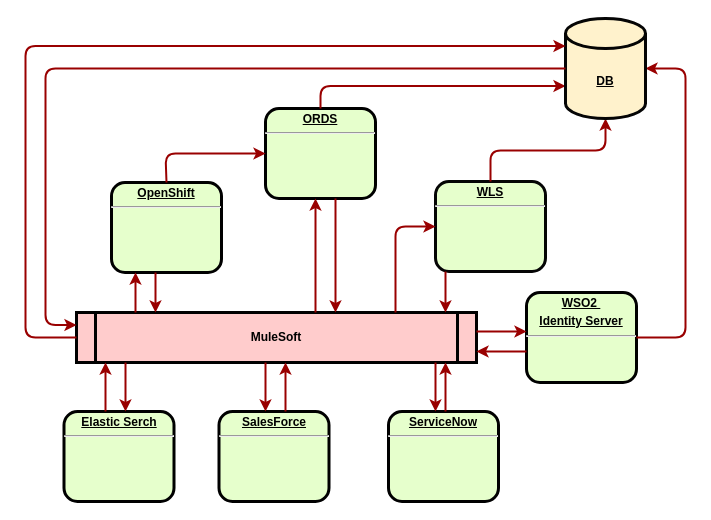
jrmedrano11/Diagrams keeps this draw.io diagram as page "Page-1" (1 of 2) of Flujo.drawio. Above is the earlier version. Source tidied: cells renumbered, new cells numbered last; positions are measured from the earlier drawing's top-left corner, leaving out a move shared by most shapes. Both pictures are drawn from the tidied source at 100%, with x=0, y=0 at pixel (25, 18).
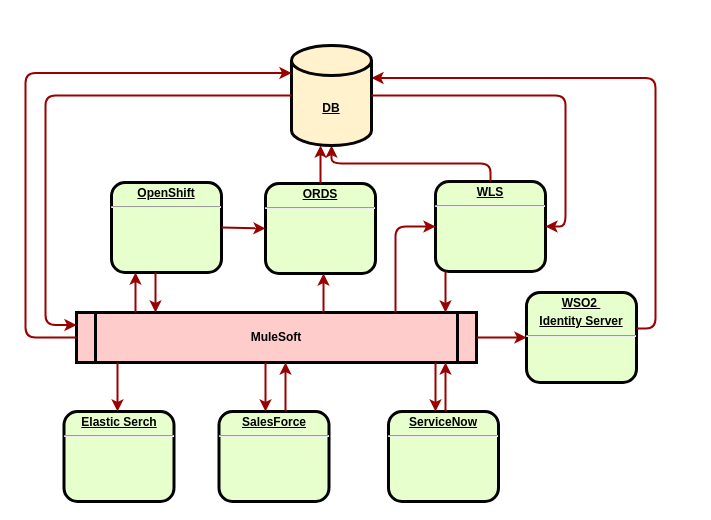
After the change.

The change refers to these unchanged cells:
```xml
<mxCell id="2" value="&lt;p style=&quot;margin: 0px; margin-top: 4px; text-align: center; text-decoration: underline;&quot;&gt;&lt;strong&gt;OpenShift&lt;/strong&gt;&lt;/p&gt;&lt;hr&gt;&lt;p style=&quot;margin: 0px; margin-left: 8px;&quot;&gt;&lt;br&gt;&lt;/p&gt;" style="verticalAlign=middle;align=center;overflow=fill;fontSize=12;fontFamily=Helvetica;html=1;rounded=1;fontStyle=1;strokeWidth=3;fillColor=#E6FFCC;" parent="1" vertex="1">
  <mxGeometry x="86" y="164" width="110" height="90" as="geometry" />
</mxCell>
<mxCell id="3" value="MuleSoft" style="shape=process;whiteSpace=wrap;align=center;verticalAlign=middle;size=0.0475;fontStyle=1;strokeWidth=3;fillColor=#FFCCCC;" parent="1" vertex="1">
  <mxGeometry x="51" y="294" width="400" height="50" as="geometry" />
</mxCell>
<mxCell id="5" value="&lt;p style=&quot;border-color: var(--border-color); margin: 4px 0px 0px; text-decoration-line: underline;&quot;&gt;&lt;strong style=&quot;border-color: var(--border-color);&quot;&gt;WSO2&amp;nbsp;&lt;/strong&gt;&lt;/p&gt;&lt;p style=&quot;border-color: var(--border-color); margin: 4px 0px 0px; text-decoration-line: underline;&quot;&gt;&lt;strong style=&quot;border-color: var(--border-color);&quot;&gt;Identity Server&lt;br style=&quot;border-color: var(--border-color);&quot;&gt;&lt;/strong&gt;&lt;/p&gt;&lt;hr style=&quot;border-color: var(--border-color);&quot;&gt;&lt;p style=&quot;border-color: var(--border-color); margin: 0px 0px 0px 8px;&quot;&gt;&lt;br style=&quot;border-color: var(--border-color);&quot;&gt;&lt;/p&gt;" style="verticalAlign=middle;align=center;overflow=fill;fontSize=12;fontFamily=Helvetica;html=1;rounded=1;fontStyle=1;strokeWidth=3;fillColor=#E6FFCC;" parent="1" vertex="1">
  <mxGeometry x="501" y="274" width="110" height="90" as="geometry" />
</mxCell>
<mxCell id="6" value="&lt;p style=&quot;margin: 0px; margin-top: 4px; text-align: center; text-decoration: underline;&quot;&gt;&lt;strong&gt;WLS&lt;br&gt;&lt;/strong&gt;&lt;/p&gt;&lt;hr&gt;&lt;p style=&quot;margin: 0px; margin-left: 8px;&quot;&gt;&lt;br&gt;&lt;/p&gt;" style="verticalAlign=middle;align=center;overflow=fill;fontSize=12;fontFamily=Helvetica;html=1;rounded=1;fontStyle=1;strokeWidth=3;fillColor=#E6FFCC;strokeColor=#050505;" parent="1" vertex="1">
  <mxGeometry x="410" y="163" width="110" height="90" as="geometry" />
</mxCell>
<mxCell id="8" value="&lt;p style=&quot;margin: 0px; margin-top: 4px; text-align: center; text-decoration: underline;&quot;&gt;&lt;strong&gt;Elastic Serch&lt;br&gt;&lt;/strong&gt;&lt;/p&gt;&lt;hr&gt;&lt;p style=&quot;margin: 0px; margin-left: 8px;&quot;&gt;&lt;br&gt;&lt;/p&gt;" style="verticalAlign=middle;align=center;overflow=fill;fontSize=12;fontFamily=Helvetica;html=1;rounded=1;fontStyle=1;strokeWidth=3;fillColor=#E6FFCC;" parent="1" vertex="1">
  <mxGeometry x="38.5" y="393" width="110" height="90" as="geometry" />
</mxCell>
```

The edit, as a diff of the source:
```diff
@@
     <mxCell id="4" value="&lt;p style=&quot;margin: 0px; margin-top: 4px; text-align: center; text-decoration: underline;&quot;&gt;&lt;strong&gt;ORDS&lt;br&gt;&lt;/strong&gt;&lt;/p&gt;&lt;hr&gt;&lt;p style=&quot;margin: 0px; margin-left: 8px;&quot;&gt;&lt;br&gt;&lt;/p&gt;" style="verticalAlign=middle;align=center;overflow=fill;fontSize=12;fontFamily=Helvetica;html=1;rounded=1;fontStyle=1;strokeWidth=3;fillColor=#E6FFCC;" parent="1" vertex="1">
-      <mxGeometry x="240" y="90" width="110" height="90" as="geometry" />
+      <mxGeometry x="240" y="165" width="110" height="90" as="geometry" />
     </mxCell>
@@
-    <mxCell id="9" style="edgeStyle=none;noEdgeStyle=1;strokeColor=#990000;strokeWidth=2;exitX=0.5;exitY=0;exitDx=0;exitDy=0;entryX=0;entryY=0.5;entryDx=0;entryDy=0;" parent="1" edge="1" source="2" target="4">
-      <mxGeometry relative="1" as="geometry">
-        <Array as="points">
-          <mxPoint x="140" y="135" />
-        </Array>
-      </mxGeometry>
+    <mxCell id="9" style="edgeStyle=none;noEdgeStyle=1;strokeColor=#990000;strokeWidth=2;exitX=1;exitY=0.5;exitDx=0;exitDy=0;entryX=0;entryY=0.5;entryDx=0;entryDy=0;" parent="1" edge="1" source="2" target="4">
+      <mxGeometry relative="1" as="geometry" />
     </mxCell>
@@
-    <mxCell id="13" style="edgeStyle=elbowEdgeStyle;elbow=horizontal;strokeColor=#990000;strokeWidth=2;" parent="1" edge="1" source="3" target="4">
+    <mxCell id="13" style="edgeStyle=elbowEdgeStyle;elbow=horizontal;strokeColor=#990000;strokeWidth=2;" parent="1" edge="1" target="4">
       <mxGeometry relative="1" as="geometry">
+        <mxPoint x="298" y="294" as="sourcePoint" />
         <Array as="points">
-          <mxPoint x="290" y="213" />
+          <mxPoint x="298" y="213" />
         </Array>
       </mxGeometry>
     </mxCell>
-    <mxCell id="14" style="edgeStyle=elbowEdgeStyle;elbow=horizontal;strokeColor=#990000;strokeWidth=2;" parent="1" edge="1" source="4" target="3">
-      <mxGeometry relative="1" as="geometry">
-        <Array as="points">
-          <mxPoint x="310" y="223" />
-        </Array>
-      </mxGeometry>
-    </mxCell>
-    <mxCell id="15" style="edgeStyle=elbowEdgeStyle;elbow=horizontal;strokeColor=#990000;strokeWidth=2;entryX=0;entryY=0;entryDx=0;entryDy=67.5;entryPerimeter=0;" parent="1" edge="1" source="4" target="28">
+    <mxCell id="15" style="edgeStyle=elbowEdgeStyle;elbow=horizontal;strokeColor=#990000;strokeWidth=2;" parent="1" edge="1" source="4" target="28">
       <mxGeometry relative="1" as="geometry">
         <Array as="points">
           <mxPoint x="295" y="43" />
         </Array>
       </mxGeometry>
     </mxCell>
-    <mxCell id="16" style="edgeStyle=elbowEdgeStyle;elbow=vertical;entryX=0.5;entryY=1;strokeColor=#990000;strokeWidth=2;entryDx=0;entryDy=0;entryPerimeter=0;" parent="1" edge="1" source="6" target="28">
+    <mxCell id="16" style="edgeStyle=elbowEdgeStyle;elbow=vertical;strokeColor=#990000;strokeWidth=2;" parent="1" edge="1" source="6" target="28">
       <mxGeometry relative="1" as="geometry" />
     </mxCell>
@@
-    <mxCell id="19" style="edgeStyle=elbowEdgeStyle;elbow=vertical;strokeColor=#990000;strokeWidth=2;" parent="1" edge="1" source="3" target="5">
+    <mxCell id="19" style="edgeStyle=elbowEdgeStyle;elbow=vertical;strokeColor=#990000;strokeWidth=2;" parent="1" edge="1">
       <mxGeometry relative="1" as="geometry">
+        <mxPoint x="451" y="319" as="sourcePoint" />
+        <mxPoint x="501" y="319" as="targetPoint" />
         <Array as="points">
-          <mxPoint x="500" y="313" />
+          <mxPoint x="500" y="319" />
         </Array>
       </mxGeometry>
     </mxCell>
-    <mxCell id="20" style="edgeStyle=elbowEdgeStyle;elbow=vertical;strokeColor=#990000;strokeWidth=2;" parent="1" edge="1" source="5" target="3">
-      <mxGeometry relative="1" as="geometry">
-        <Array as="points">
-          <mxPoint x="500" y="333" />
-        </Array>
-      </mxGeometry>
-    </mxCell>
@@
-    <mxCell id="23" style="edgeStyle=elbowEdgeStyle;elbow=horizontal;strokeColor=#990000;strokeWidth=2;entryX=1;entryY=0.5;entryDx=0;entryDy=0;entryPerimeter=0;exitX=1;exitY=0.5;exitDx=0;exitDy=0;" parent="1" edge="1" source="5" target="28">
+    <mxCell id="23" style="edgeStyle=elbowEdgeStyle;elbow=horizontal;strokeColor=#990000;strokeWidth=2;exitX=1;exitY=0.4;exitDx=0;exitDy=0;exitPerimeter=0;entryX=1;entryY=0;entryDx=0;entryDy=32.5;entryPerimeter=0;" parent="1" edge="1" source="5" target="28">
       <mxGeometry relative="1" as="geometry">
         <Array as="points">
-          <mxPoint x="660" y="163" />
+          <mxPoint x="630" y="183" />
           <mxPoint x="630" y="133" />
           <mxPoint x="650" y="533" />
           <mxPoint x="650" y="583" />
           <mxPoint x="660" y="213" />
           <mxPoint x="530" y="533" />
           <mxPoint x="660" y="113" />
         </Array>
       </mxGeometry>
     </mxCell>
@@
-    <mxCell id="26" style="edgeStyle=elbowEdgeStyle;elbow=horizontal;strokeColor=#990000;strokeWidth=2;" parent="1" edge="1" source="3" target="8">
+    <mxCell id="26" style="edgeStyle=elbowEdgeStyle;elbow=horizontal;strokeColor=#990000;strokeWidth=2;" parent="1" edge="1">
       <mxGeometry relative="1" as="geometry">
+        <mxPoint x="92" y="344" as="sourcePoint" />
+        <mxPoint x="92" y="393" as="targetPoint" />
         <Array as="points">
-          <mxPoint x="100" y="373" />
+          <mxPoint x="92" y="373" />
         </Array>
       </mxGeometry>
     </mxCell>
-    <mxCell id="27" style="edgeStyle=elbowEdgeStyle;elbow=horizontal;strokeColor=#990000;strokeWidth=2;" parent="1" edge="1" source="8" target="3">
-      <mxGeometry relative="1" as="geometry">
-        <Array as="points">
-          <mxPoint x="80" y="373" />
-        </Array>
-      </mxGeometry>
-    </mxCell>
     <mxCell id="28" value="&lt;b&gt;&lt;u&gt;DB&lt;/u&gt;&lt;/b&gt;" style="shape=cylinder3;whiteSpace=wrap;html=1;boundedLbl=1;backgroundOutline=1;size=15;fillColor=#fff2cc;strokeColor=#050505;strokeWidth=3;" parent="1" vertex="1">
-      <mxGeometry x="540" width="80" height="100" as="geometry" />
+      <mxGeometry x="266" y="27" width="80" height="100" as="geometry" />
     </mxCell>
@@
+    <mxCell id="31" style="edgeStyle=elbowEdgeStyle;elbow=horizontal;strokeColor=#990000;strokeWidth=2;exitX=1;exitY=0.5;exitDx=0;exitDy=0;exitPerimeter=0;entryX=1;entryY=0.5;entryDx=0;entryDy=0;" parent="1" edge="1" source="28" target="6">
+      <mxGeometry relative="1" as="geometry">
+        <Array as="points">
+          <mxPoint x="540" y="173" />
+        </Array>
+      </mxGeometry>
+    </mxCell>
```
